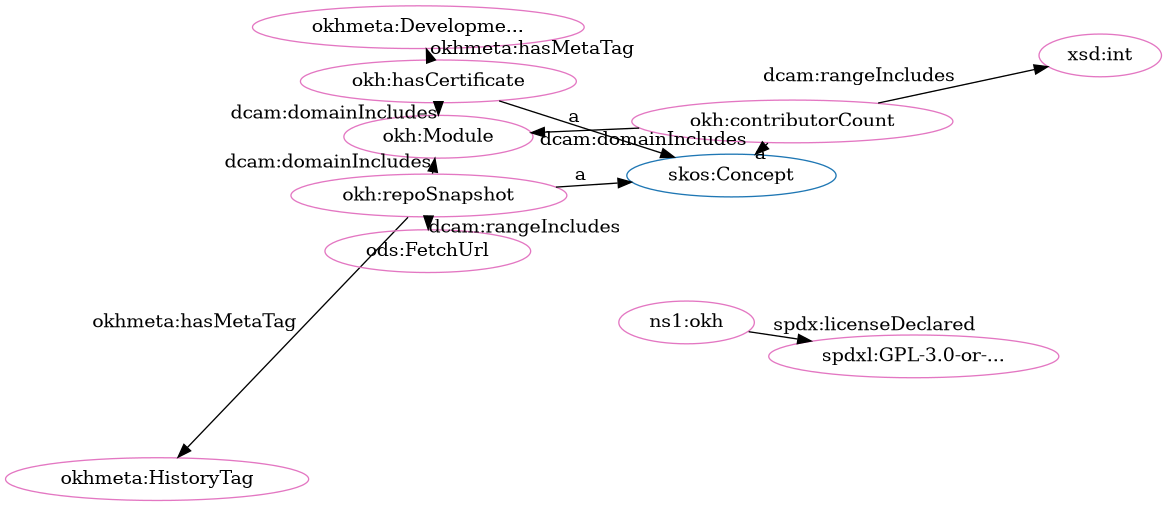
This is src/spec/fdp_okh_proposed-clean.png from iop-alliance/OpenKnowHow, a Graphviz export, as it was before one commit. Its source is kept beside it as src/spec/fdp_okh_proposed-clean.dot.
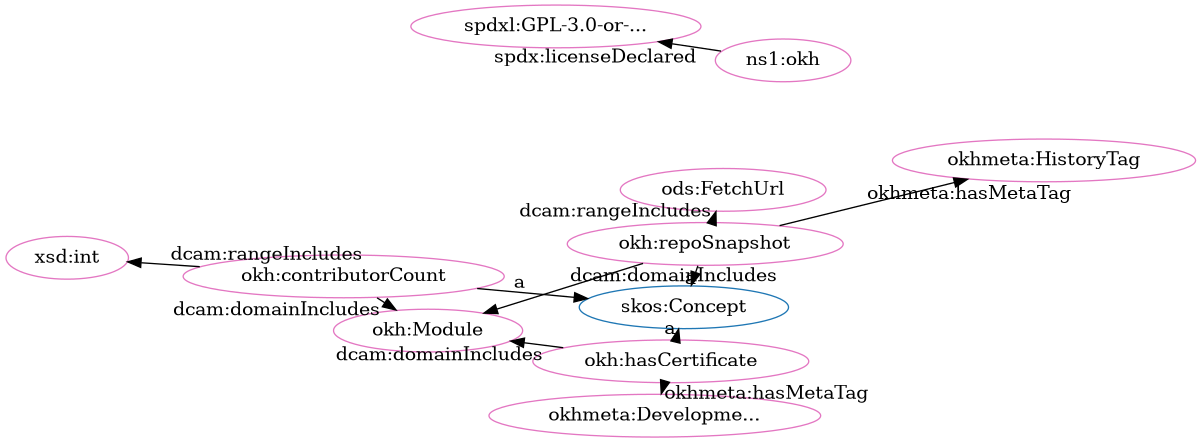
After the change.

Change to the diagram source:
```diff
@@ -2,25 +2,25 @@
   rankdir=BT
   node[height=.3]
 "http://www.w3.org/2004/02/skos/core#Concept" [fillcolor="#1f77b4" color="#1f77b4" label="skos:Concept"]
-"http://w3id.org/oseg/ont/okhmeta#HistoryTag" [fillcolor="#e377c2" color="#e377c2" label="okhmeta:HistoryTag"]
-"http://w3id.org/oseg/ont/okh" [fillcolor="#e377c2" color="#e377c2" label="ns1:okh"]
-"http://w3id.org/oseg/ont/okh#repoSnapshot" [fillcolor="#e377c2" color="#e377c2" label="okh:repoSnapshot"]
-"http://w3id.org/oseg/ont/okh#contributorCount" [fillcolor="#e377c2" color="#e377c2" label="okh:contributorCount"]
-"http://w3id.org/oseg/ont/okhmeta#DevelopmentTag" [fillcolor="#e377c2" color="#e377c2" label="okhmeta:Developme..."]
 "http://w3id.org/oseg/ont/okh#hasCertificate" [fillcolor="#e377c2" color="#e377c2" label="okh:hasCertificate"]
 "http://w3id.org/oseg/ont/okh#Module" [fillcolor="#e377c2" color="#e377c2" label="okh:Module"]
+"http://w3id.org/oseg/ont/okh#contributorCount" [fillcolor="#e377c2" color="#e377c2" label="okh:contributorCount"]
+"http://w3id.org/oseg/ont/okh#repoSnapshot" [fillcolor="#e377c2" color="#e377c2" label="okh:repoSnapshot"]
+"http://w3id.org/oseg/ont/ods#FetchUrl" [fillcolor="#e377c2" color="#e377c2" label="ods:FetchUrl"]
 "http://spdx.org/licenses/GPL-3.0-or-later" [fillcolor="#e377c2" color="#e377c2" label="spdxl:GPL-3.0-or-..."]
+"http://w3id.org/oseg/ont/okhmeta#DevelopmentTag" [fillcolor="#e377c2" color="#e377c2" label="okhmeta:Developme..."]
+"http://w3id.org/oseg/ont/okh" [fillcolor="#e377c2" color="#e377c2" label="ns1:okh"]
+"http://w3id.org/oseg/ont/okhmeta#HistoryTag" [fillcolor="#e377c2" color="#e377c2" label="okhmeta:HistoryTag"]
 "http://www.w3.org/2001/XMLSchema#int" [fillcolor="#e377c2" color="#e377c2" label="xsd:int"]
-"http://w3id.org/oseg/ont/ods#FetchUrl" [fillcolor="#e377c2" color="#e377c2" label="ods:FetchUrl"]
+  "http://w3id.org/oseg/ont/okh#hasCertificate" -> "http://www.w3.org/2004/02/skos/core#Concept" [label="a"]
+  "http://w3id.org/oseg/ont/okh#hasCertificate" -> "http://w3id.org/oseg/ont/okhmeta#DevelopmentTag" [label="okhmeta:hasMetaTag"]
+  "http://w3id.org/oseg/ont/okh#contributorCount" -> "http://www.w3.org/2004/02/skos/core#Concept" [label="a"]
+  "http://w3id.org/oseg/ont/okh#repoSnapshot" -> "http://w3id.org/oseg/ont/okh#Module" [label="dcam:domainIncludes"]
+  "http://w3id.org/oseg/ont/okh#contributorCount" -> "http://www.w3.org/2001/XMLSchema#int" [label="dcam:rangeIncludes"]
+  "http://w3id.org/oseg/ont/okh#hasCertificate" -> "http://w3id.org/oseg/ont/okh#Module" [label="dcam:domainIncludes"]
+  "http://w3id.org/oseg/ont/okh#repoSnapshot" -> "http://w3id.org/oseg/ont/ods#FetchUrl" [label="dcam:rangeIncludes"]
+  "http://w3id.org/oseg/ont/okh" -> "http://spdx.org/licenses/GPL-3.0-or-later" [label="spdx:licenseDeclared"]
+  "http://w3id.org/oseg/ont/okh#repoSnapshot" -> "http://www.w3.org/2004/02/skos/core#Concept" [label="a"]
   "http://w3id.org/oseg/ont/okh#repoSnapshot" -> "http://w3id.org/oseg/ont/okhmeta#HistoryTag" [label="okhmeta:hasMetaTag"]
-  "http://w3id.org/oseg/ont/okh#hasCertificate" -> "http://w3id.org/oseg/ont/okhmeta#DevelopmentTag" [label="okhmeta:hasMetaTag"]
-  "http://w3id.org/oseg/ont/okh#hasCertificate" -> "http://www.w3.org/2004/02/skos/core#Concept" [label="a"]
   "http://w3id.org/oseg/ont/okh#contributorCount" -> "http://w3id.org/oseg/ont/okh#Module" [label="dcam:domainIncludes"]
-  "http://w3id.org/oseg/ont/okh#repoSnapshot" -> "http://www.w3.org/2004/02/skos/core#Concept" [label="a"]
-  "http://w3id.org/oseg/ont/okh#contributorCount" -> "http://www.w3.org/2001/XMLSchema#int" [label="dcam:rangeIncludes"]
-  "http://w3id.org/oseg/ont/okh#contributorCount" -> "http://www.w3.org/2004/02/skos/core#Concept" [label="a"]
-  "http://w3id.org/oseg/ont/okh#hasCertificate" -> "http://w3id.org/oseg/ont/okh#Module" [label="dcam:domainIncludes"]
-  "http://w3id.org/oseg/ont/okh" -> "http://spdx.org/licenses/GPL-3.0-or-later" [label="spdx:licenseDeclared"]
-  "http://w3id.org/oseg/ont/okh#repoSnapshot" -> "http://w3id.org/oseg/ont/okh#Module" [label="dcam:domainIncludes"]
-  "http://w3id.org/oseg/ont/okh#repoSnapshot" -> "http://w3id.org/oseg/ont/ods#FetchUrl" [label="dcam:rangeIncludes"]
 }
```
